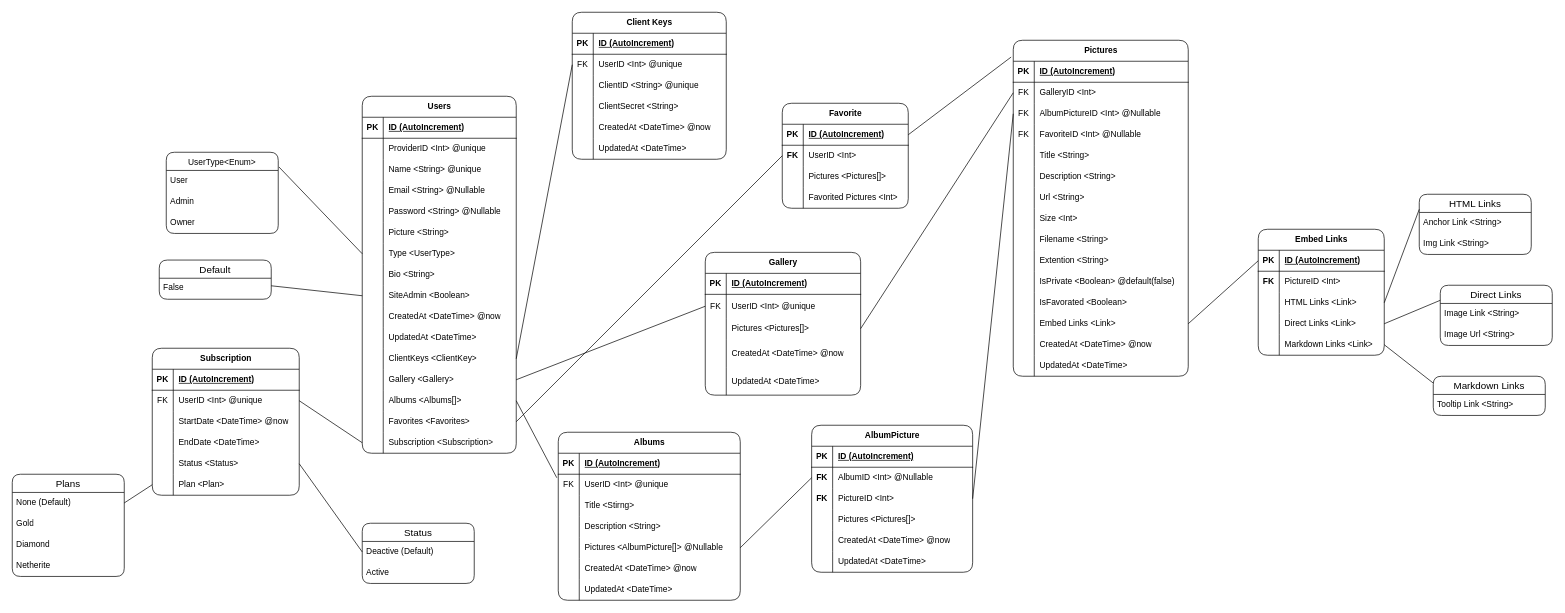
Novanaa/Pixelarium keeps this draw.io diagram as project/models/Pixelarium.drawio. Above is the earlier version. Source tidied: cells renumbered, new cells numbered last; positions are measured from the earlier drawing's top-left corner, leaving out a move shared by most shapes. Both pictures are drawn from the tidied source at 70%, with x=0, y=0 at pixel (12, 12).
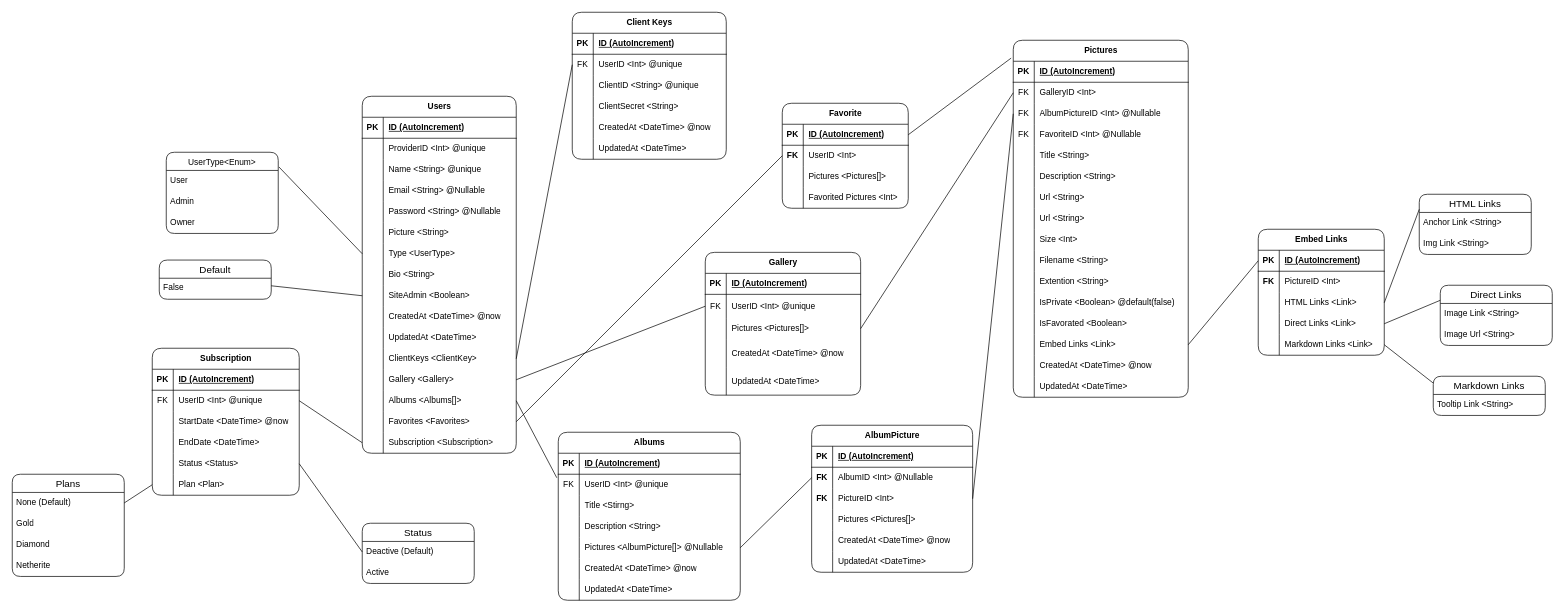
The same diagram, later.

Commit message (it also covers changes not shown here):
Added expires_in field to picture model

The edit, as a diff of the source:
```diff
@@
     <mxCell id="96" value="Pictures" style="shape=table;startSize=30;childLayout=tableLayout;rowLines=0;fontStyle=1;align=center;html=1;rounded=1;" parent="1" vertex="1">
-      <mxGeometry x="1430" y="40" width="250" height="480" as="geometry" />
+      <mxGeometry x="1430" y="40" width="250" height="510" as="geometry" />
     </mxCell>
@@
+    <mxCell id="260" style="shape=tableRow;horizontal=0;startSize=0;swimlaneHead=0;swimlaneBody=0;fillColor=none;top=0;left=0;right=0;bottom=0;" parent="96" vertex="1">
+      <mxGeometry y="240" width="250" height="30" as="geometry" />
+    </mxCell>
+    <mxCell id="261" style="shape=partialRectangle;fillColor=none;top=0;left=0;bottom=0;right=0;overflow=hidden;whiteSpace=wrap;html=1;" parent="260" vertex="1">
+      <mxGeometry width="30" height="30" as="geometry" />
+    </mxCell>
+    <mxCell id="262" value="Url &amp;lt;String&amp;gt;" style="shape=partialRectangle;fillColor=none;top=0;left=0;bottom=0;right=0;align=left;spacingLeft=6;overflow=hidden;whiteSpace=wrap;html=1;" parent="260" vertex="1">
+      <mxGeometry x="30" width="220" height="30" as="geometry" />
+    </mxCell>
     <mxCell id="118" style="shape=tableRow;horizontal=0;startSize=0;swimlaneHead=0;swimlaneBody=0;fillColor=none;top=0;left=0;right=0;bottom=0;" parent="96" vertex="1">
-      <mxGeometry y="240" width="250" height="30" as="geometry" />
+      <mxGeometry y="270" width="250" height="30" as="geometry" />
     </mxCell>
@@
     <mxCell id="121" style="shape=tableRow;horizontal=0;startSize=0;swimlaneHead=0;swimlaneBody=0;fillColor=none;top=0;left=0;right=0;bottom=0;" parent="96" vertex="1">
-      <mxGeometry y="270" width="250" height="30" as="geometry" />
+      <mxGeometry y="300" width="250" height="30" as="geometry" />
     </mxCell>
@@
     <mxCell id="124" style="shape=tableRow;horizontal=0;startSize=0;swimlaneHead=0;swimlaneBody=0;fillColor=none;top=0;left=0;right=0;bottom=0;" parent="96" vertex="1">
-      <mxGeometry y="300" width="250" height="30" as="geometry" />
+      <mxGeometry y="330" width="250" height="30" as="geometry" />
     </mxCell>
@@
     <mxCell id="127" style="shape=tableRow;horizontal=0;startSize=0;swimlaneHead=0;swimlaneBody=0;fillColor=none;top=0;left=0;right=0;bottom=0;" parent="96" vertex="1">
-      <mxGeometry y="330" width="250" height="30" as="geometry" />
+      <mxGeometry y="360" width="250" height="30" as="geometry" />
     </mxCell>
@@
     <mxCell id="130" style="shape=tableRow;horizontal=0;startSize=0;swimlaneHead=0;swimlaneBody=0;fillColor=none;top=0;left=0;right=0;bottom=0;" parent="96" vertex="1">
-      <mxGeometry y="360" width="250" height="30" as="geometry" />
+      <mxGeometry y="390" width="250" height="30" as="geometry" />
     </mxCell>
@@
     <mxCell id="133" style="shape=tableRow;horizontal=0;startSize=0;swimlaneHead=0;swimlaneBody=0;fillColor=none;points=[[0,0.5],[1,0.5]];portConstraint=eastwest;top=0;left=0;right=0;bottom=0;" parent="96" vertex="1">
-      <mxGeometry y="390" width="250" height="30" as="geometry" />
+      <mxGeometry y="420" width="250" height="30" as="geometry" />
     </mxCell>
@@
     <mxCell id="136" style="shape=tableRow;horizontal=0;startSize=0;swimlaneHead=0;swimlaneBody=0;fillColor=none;top=0;left=0;right=0;bottom=0;" parent="96" vertex="1">
-      <mxGeometry y="420" width="250" height="30" as="geometry" />
+      <mxGeometry y="450" width="250" height="30" as="geometry" />
     </mxCell>
@@
     <mxCell id="139" style="shape=tableRow;horizontal=0;startSize=0;swimlaneHead=0;swimlaneBody=0;fillColor=none;top=0;left=0;right=0;bottom=0;" parent="96" vertex="1">
-      <mxGeometry y="450" width="250" height="30" as="geometry" />
+      <mxGeometry y="480" width="250" height="30" as="geometry" />
     </mxCell>
```
